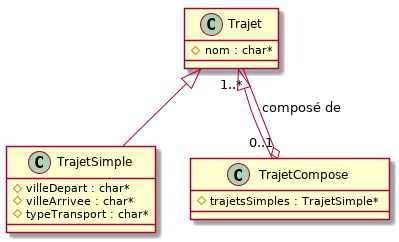
Above: diagram.png in LogarithmeNeper/CPP_TP2 (PlantUML), before the change.
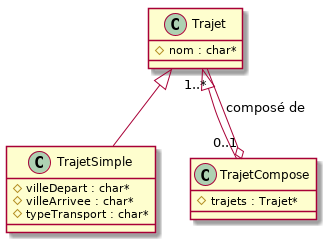
After the commit.

Commit message:
fix/Modification du type de la liste de trajets dans TrajetCompose

The edit, as a diff of the source:
```diff
@@ -11,7 +11,7 @@
 }
 
 class TrajetCompose extends Trajet  {
-  #trajetsSimples : TrajetSimple*
+  #trajets : Trajet*
 }
 
 TrajetCompose "0..1" o-- "1..*" Trajet : "composé de"
```
